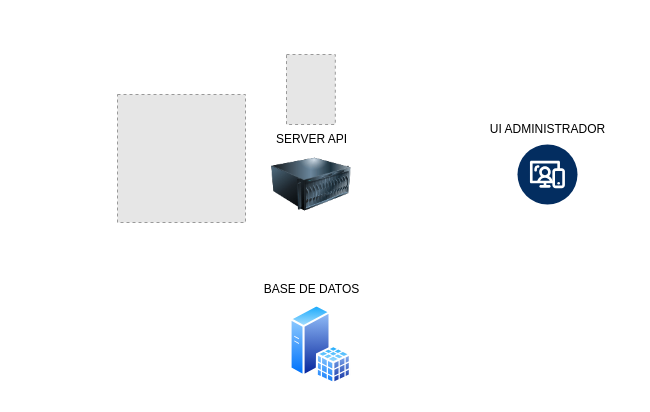
Above: Diagrama sin título.drawio in j0k3rD/ticketek_2024 (draw.io), before the change. Source tidied: cells renumbered, new cells numbered last; positions are measured from the earlier drawing's top-left corner, leaving out a move shared by most shapes. Both pictures are drawn from the tidied source at 100%, with x=0, y=0 at pixel (117, 54). Pictures stored in the file or linked from it are replaced by grey dashed boxes.
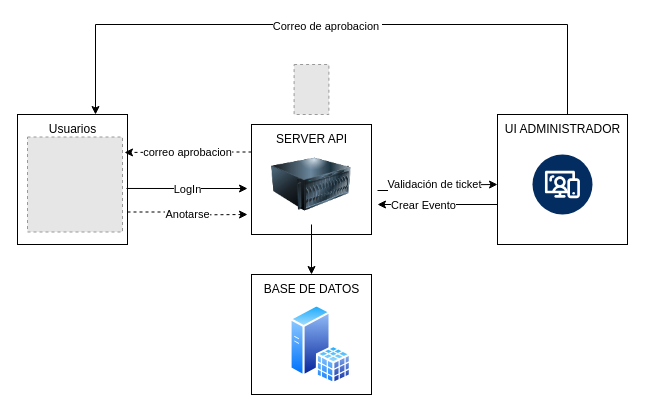
After the change.

The change refers to these unchanged cells:
```xml
<mxCell id="2" style="image;html=1;image=img/lib/clip_art/computers/Server_128x128.png;" parent="1" vertex="1">
  <mxGeometry x="154" y="90" width="80" height="80" as="geometry" />
</mxCell>
<mxCell id="7" value="&lt;div&gt;BASE DE DATOS&lt;/div&gt;" style="text;html=1;align=center;verticalAlign=middle;points=[];strokeColor=none;fillColor=none;" parent="1" vertex="1">
  <mxGeometry x="134" y="220" width="120" height="30" as="geometry" />
</mxCell>
```

What changed in the source:
```diff
@@
+    <mxCell id="10" style="rounded=0;whiteSpace=wrap;html=1;" parent="1" vertex="1">
+      <mxGeometry x="134" y="220" width="120" height="120" as="geometry" />
+    </mxCell>
+    <mxCell id="11" style="rounded=0;whiteSpace=wrap;html=1;" parent="1" vertex="1">
+      <mxGeometry x="380" y="60" width="130" height="130" as="geometry" />
+    </mxCell>
+    <mxCell id="12" style="rounded=0;whiteSpace=wrap;html=1;" parent="1" vertex="1">
+      <mxGeometry x="-100" y="60" width="110" height="130" as="geometry" />
+    </mxCell>
+    <mxCell id="13" style="rounded=0;whiteSpace=wrap;html=1;" parent="1" vertex="1">
+      <mxGeometry x="134" y="70" width="120" height="110" as="geometry" />
+    </mxCell>
+    <mxCell id="14" style="edgeStyle=orthogonalEdgeStyle;rounded=0;jettySize=auto;html=1;exitX=0.5;exitY=1;exitDx=0;exitDy=0;" parent="1" edge="1" source="2" target="7">
+      <mxGeometry relative="1" as="geometry" />
+    </mxCell>
+    <mxCell id="15" value="Validación de ticket" style="edgeStyle=orthogonalEdgeStyle;rounded=0;jettySize=auto;html=1;exitX=1.05;exitY=0.6;exitDx=0;exitDy=0;exitPerimeter=0;" parent="1" edge="1" source="13">
+      <mxGeometry relative="1" as="geometry">
+        <mxPoint x="380" y="130" as="targetPoint" />
+      </mxGeometry>
+    </mxCell>
@@
     <mxCell id="4" style="verticalLabelPosition=bottom;html=1;shape=mxgraph.salesforce.web2;" parent="1" vertex="1">
-      <mxGeometry x="400" y="90" width="60" height="60" as="geometry" />
+      <mxGeometry x="415" y="100" width="60" height="60" as="geometry" />
     </mxCell>
     <mxCell id="5" value="UI ADMINISTRADOR" style="text;html=1;align=center;verticalAlign=middle;points=[];strokeColor=none;fillColor=none;" parent="1" vertex="1">
-      <mxGeometry x="360" y="60" width="140" height="30" as="geometry" />
+      <mxGeometry x="375" y="60" width="140" height="30" as="geometry" />
     </mxCell>
@@
     <mxCell id="8" style="fillColor=#E6E6E6;strokeColor=#999999;dashed=1;verticalLabelPosition=bottom;labelBackgroundColor=default;verticalAlign=top;" parent="1" vertex="1">
-      <mxGeometry x="169" width="48.8" height="70" as="geometry" />
+      <mxGeometry x="176.6" y="10" width="34.8" height="50" as="geometry" />
     </mxCell>
-    <mxCell id="9" style="fillColor=#E6E6E6;strokeColor=#999999;dashed=1;verticalLabelPosition=bottom;labelBackgroundColor=default;verticalAlign=top;" parent="1" vertex="1">
-      <mxGeometry y="40" width="128" height="128" as="geometry" />
-    </mxCell>
+    <mxCell id="16" value="LogIn" style="edgeStyle=orthogonalEdgeStyle;rounded=0;jettySize=auto;html=1;exitX=0.991;exitY=0.569;exitDx=0;exitDy=0;exitPerimeter=0;" parent="1" edge="1" source="12">
+      <mxGeometry relative="1" as="geometry">
+        <mxPoint x="130" y="134" as="targetPoint" />
+      </mxGeometry>
+    </mxCell>
+    <mxCell id="17" style="edgeStyle=orthogonalEdgeStyle;rounded=0;jettySize=auto;html=1;exitX=0.364;exitY=0;exitDx=0;exitDy=0;exitPerimeter=0;" parent="1" edge="1" source="5">
+      <mxGeometry relative="1" as="geometry">
+        <mxPoint x="-22" y="60" as="targetPoint" />
+        <Array as="points">
+          <mxPoint x="450" y="60" />
+          <mxPoint x="450" y="-30" />
+          <mxPoint x="-22" y="-30" />
+        </Array>
+      </mxGeometry>
+    </mxCell>
+    <mxCell id="18" value="Correo de aprobacion&amp;nbsp;" style="edgeLabel;html=1;align=center;verticalAlign=middle;" parent="17" vertex="1">
+      <mxGeometry x="0.05" y="1" relative="1" as="geometry" />
+    </mxCell>
+    <mxCell id="19" style="fillColor=#E6E6E6;strokeColor=#999999;dashed=1;verticalLabelPosition=bottom;labelBackgroundColor=default;verticalAlign=top;" parent="1" vertex="1">
+      <mxGeometry x="-90" y="82.5" width="95" height="95" as="geometry" />
+    </mxCell>
+    <mxCell id="20" value="Usuarios" style="text;html=1;align=center;verticalAlign=middle;strokeColor=none;fillColor=none;" parent="1" vertex="1">
+      <mxGeometry x="-80" y="60" width="70" height="30" as="geometry" />
+    </mxCell>
+    <mxCell id="21" value="Anotarse" style="edgeStyle=orthogonalEdgeStyle;rounded=0;jettySize=auto;html=1;dashed=1;exitX=1;exitY=0.75;exitDx=0;exitDy=0;" parent="1" edge="1" source="12">
+      <mxGeometry x="0.01" relative="1" as="geometry">
+        <mxPoint x="130" y="160" as="targetPoint" />
+      </mxGeometry>
+    </mxCell>
+    <mxCell id="22" style="edgeStyle=orthogonalEdgeStyle;rounded=0;orthogonalLoop=1;jettySize=auto;html=1;" parent="1" edge="1">
+      <mxGeometry x="-0.51" y="-20" relative="1" as="geometry">
+        <mxPoint x="280" y="150" as="sourcePoint" />
+        <mxPoint x="260" y="150" as="targetPoint" />
+        <Array as="points">
+          <mxPoint x="380" y="150" />
+          <mxPoint x="380" y="150" />
+        </Array>
+      </mxGeometry>
+    </mxCell>
+    <mxCell id="23" value="Crear Evento" style="edgeLabel;html=1;align=center;verticalAlign=middle;" parent="22" vertex="1">
+      <mxGeometry x="0.1" relative="1" as="geometry">
+        <mxPoint x="-54" as="offset" />
+      </mxGeometry>
+    </mxCell>
+    <mxCell id="24" value="correo aprobacion" style="edgeStyle=orthogonalEdgeStyle;rounded=0;jettySize=auto;html=1;exitX=0;exitY=0.25;exitDx=0;exitDy=0;entryX=1.021;entryY=0.163;entryDx=0;entryDy=0;entryPerimeter=0;dashed=1;" parent="1" edge="1" source="13" target="19">
+      <mxGeometry relative="1" as="geometry" />
+    </mxCell>
```
